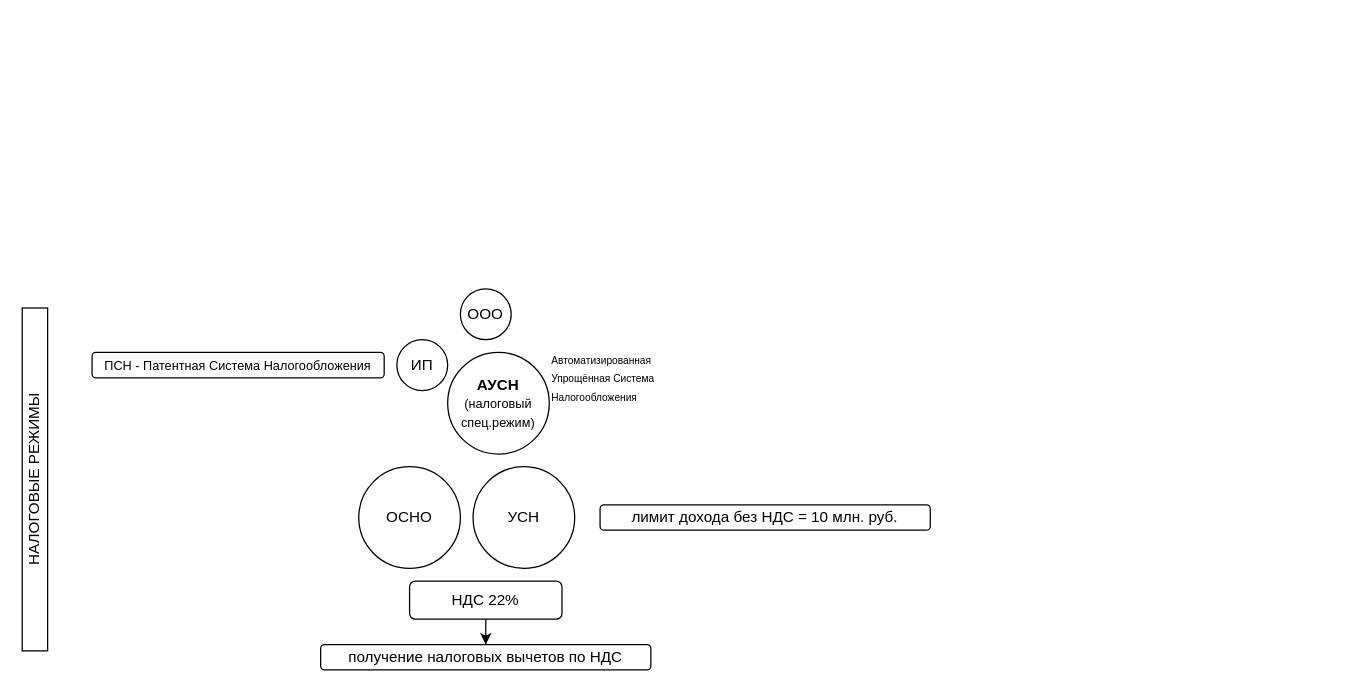
Above: АУСН.drawio in youarereef/mmaps (draw.io), before the change. Source tidied: cells renumbered, new cells numbered last; positions are measured from the earlier drawing's top-left corner, leaving out a move shared by most shapes. Both pictures are drawn from the tidied source at 127%, with x=0, y=0 at pixel (-137, 288).
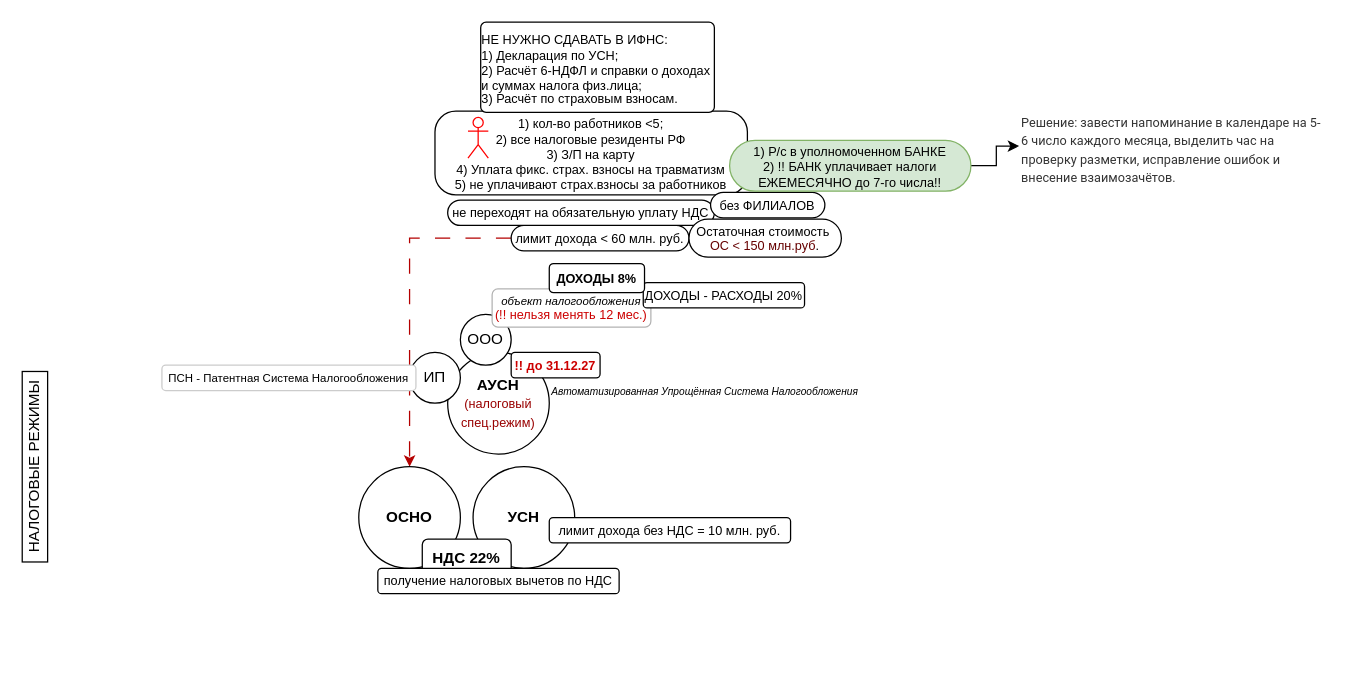
The same diagram, later.

The edit, as a diff of the source:
```diff
@@
+    <mxCell id="14" style="edgeStyle=orthogonalEdgeStyle;rounded=0;jettySize=auto;html=1;exitX=0;exitY=0.5;exitDx=0;exitDy=0;strokeColor=#B40000;dashed=1;dashPattern=12 12;" parent="1" edge="1" source="15" target="3">
+      <mxGeometry relative="1" as="geometry" />
+    </mxCell>
-    <mxCell id="2" value="&lt;b&gt;АУСН&lt;/b&gt;&lt;div&gt;&lt;font style=&quot;font-size: 10px;&quot;&gt;(налоговый спец.режим)&lt;/font&gt;&lt;/div&gt;" style="ellipse;whiteSpace=wrap;html=1;" parent="1" vertex="1">
+    <mxCell id="2" value="&lt;b&gt;АУСН&lt;/b&gt;&lt;div&gt;&lt;font style=&quot;font-size: 10px; color: rgb(153, 0, 0); line-height: 60%;&quot;&gt;(налоговый спец.режим)&lt;/font&gt;&lt;/div&gt;" style="ellipse;whiteSpace=wrap;html=1;" parent="1" vertex="1">
       <mxGeometry x="460" y="50" width="80" height="80" as="geometry" />
     </mxCell>
-    <mxCell id="3" value="ОСНО" style="ellipse;whiteSpace=wrap;html=1;" parent="1" vertex="1">
+    <mxCell id="3" value="&lt;b&gt;ОСНО&lt;/b&gt;" style="ellipse;whiteSpace=wrap;html=1;" parent="1" vertex="1">
       <mxGeometry x="390" y="140" width="80" height="80" as="geometry" />
     </mxCell>
-    <mxCell id="4" value="УСН" style="ellipse;whiteSpace=wrap;html=1;" parent="1" vertex="1">
+    <mxCell id="4" value="&lt;b&gt;УСН&lt;/b&gt;" style="ellipse;whiteSpace=wrap;html=1;" parent="1" vertex="1">
       <mxGeometry x="480" y="140" width="80" height="80" as="geometry" />
     </mxCell>
     <mxCell id="5" value="НАЛОГОВЫЕ РЕЖИМЫ" style="rounded=0;whiteSpace=wrap;html=1;rotation=-90;" parent="1" vertex="1">
-      <mxGeometry y="140" width="270" height="20" as="geometry" />
+      <mxGeometry x="60" y="130" width="150" height="20" as="geometry" />
     </mxCell>
     <mxCell id="6" value="ИП" style="ellipse;whiteSpace=wrap;html=1;" parent="1" vertex="1">
-      <mxGeometry x="420" y="40" width="40" height="40" as="geometry" />
+      <mxGeometry x="430" y="50" width="40" height="40" as="geometry" />
     </mxCell>
     <mxCell id="7" value="ООО" style="ellipse;whiteSpace=wrap;html=1;" parent="1" vertex="1">
-      <mxGeometry x="470" width="40" height="40" as="geometry" />
+      <mxGeometry x="470" y="20" width="40" height="40" as="geometry" />
     </mxCell>
-    <mxCell id="8" value="&lt;font style=&quot;font-size: 8px;&quot;&gt;Автоматизированная Упрощённая Система Налогообложения&lt;/font&gt;" style="text;html=1;whiteSpace=wrap;strokeColor=none;fillColor=none;align=left;verticalAlign=middle;rounded=0;" parent="1" vertex="1">
-      <mxGeometry x="540" y="50" width="90" height="40" as="geometry" />
+    <mxCell id="8" value="&lt;font style=&quot;font-size: 8px; line-height: 0%;&quot;&gt;&lt;i&gt;Автоматизированная Упрощённая Система Налогообложения&lt;/i&gt;&lt;/font&gt;" style="text;html=1;whiteSpace=wrap;strokeColor=none;fillColor=none;align=left;verticalAlign=middle;rounded=0;" parent="1" vertex="1">
+      <mxGeometry x="540" y="70" width="250" height="20" as="geometry" />
     </mxCell>
-    <mxCell id="9" style="edgeStyle=orthogonalEdgeStyle;rounded=0;jettySize=auto;html=1;" parent="1" edge="1" source="10" target="11">
-      <mxGeometry relative="1" as="geometry" />
-    </mxCell>
-    <mxCell id="10" value="НДС 22%" style="rounded=1;whiteSpace=wrap;html=1;" parent="1" vertex="1">
-      <mxGeometry x="430" y="230" width="120" height="30" as="geometry" />
+    <mxCell id="10" value="&lt;b&gt;НДС 22%&lt;/b&gt;" style="rounded=1;whiteSpace=wrap;html=1;" parent="1" vertex="1">
+      <mxGeometry x="440" y="197" width="70" height="30" as="geometry" />
     </mxCell>
-    <mxCell id="11" value="получение налоговых вычетов по НДС" style="rounded=1;whiteSpace=wrap;html=1;" parent="1" vertex="1">
-      <mxGeometry x="360" y="280" width="260" height="20" as="geometry" />
+    <mxCell id="11" value="&lt;font style=&quot;font-size: 10px;&quot;&gt;получение налоговых вычетов по НДС&lt;/font&gt;" style="rounded=1;whiteSpace=wrap;html=1;" parent="1" vertex="1">
+      <mxGeometry x="405" y="220" width="190" height="20" as="geometry" />
     </mxCell>
-    <mxCell id="12" value="лимит дохода без НДС = 10 млн. руб." style="rounded=1;whiteSpace=wrap;html=1;" parent="1" vertex="1">
-      <mxGeometry x="580" y="170" width="260" height="20" as="geometry" />
+    <mxCell id="12" value="&lt;font style=&quot;font-size: 10px;&quot;&gt;лимит дохода без НДС = 10 млн. руб.&lt;/font&gt;" style="rounded=1;whiteSpace=wrap;html=1;" parent="1" vertex="1">
+      <mxGeometry x="540" y="180" width="190" height="20" as="geometry" />
     </mxCell>
-    <mxCell id="13" value="&lt;font style=&quot;font-size: 10px;&quot;&gt;ПСН - Патентная Система Налогообложения&lt;/font&gt;" style="rounded=1;whiteSpace=wrap;html=1;" parent="1" vertex="1">
-      <mxGeometry x="180" y="50" width="230" height="20" as="geometry" />
+    <mxCell id="13" value="&lt;font style=&quot;font-size: 9px;&quot;&gt;ПСН - Патентная Система Налогообложения&lt;/font&gt;" style="rounded=1;whiteSpace=wrap;html=1;strokeColor=#CCCCCC;" parent="1" vertex="1">
+      <mxGeometry x="235" y="60" width="200" height="20" as="geometry" />
     </mxCell>
+    <mxCell id="15" value="&lt;font style=&quot;font-size: 10px;&quot;&gt;лимит дохода &amp;lt; 60 млн. руб.&lt;/font&gt;" style="rounded=1;whiteSpace=wrap;html=1;arcSize=50;" parent="1" vertex="1">
+      <mxGeometry x="510" y="-50" width="140" height="20" as="geometry" />
+    </mxCell>
+    <mxCell id="16" value="&lt;font style=&quot;font-size: 10px;&quot;&gt;не переходят на обязательную уплату НДС&lt;/font&gt;" style="rounded=1;whiteSpace=wrap;html=1;arcSize=50;" parent="1" vertex="1">
+      <mxGeometry x="460" y="-70" width="210" height="20" as="geometry" />
+    </mxCell>
+    <mxCell id="17" value="&lt;div style=&quot;line-height: 100%;&quot;&gt;&lt;font style=&quot;font-size: 10px; line-height: 100%;&quot;&gt;1) кол-во работников &amp;lt;5;&lt;/font&gt;&lt;div&gt;&lt;font style=&quot;font-size: 10px; line-height: 100%;&quot;&gt;2) все налоговые резиденты РФ&lt;/font&gt;&lt;/div&gt;&lt;div&gt;&lt;span style=&quot;font-size: 10px; line-height: 100%;&quot;&gt;3) З/П на карту&lt;/span&gt;&lt;/div&gt;&lt;div&gt;&lt;span style=&quot;font-size: 10px; line-height: 100%;&quot;&gt;4) Уплата фикс. страх. взносы на травматизм&lt;/span&gt;&lt;/div&gt;&lt;div&gt;&lt;span style=&quot;font-size: 10px; line-height: 100%;&quot;&gt;5) не уплачивают страх.взносы за работников&lt;/span&gt;&lt;/div&gt;&lt;/div&gt;" style="rounded=1;whiteSpace=wrap;html=1;arcSize=25;align=center;" parent="1" vertex="1">
+      <mxGeometry x="450" y="-140" width="246" height="66" as="geometry" />
+    </mxCell>
+    <mxCell id="18" value="&lt;div style=&quot;line-height: 90%;&quot;&gt;&lt;font style=&quot;font-size: 10px; line-height: 90%;&quot;&gt;Остаточная стоимость&amp;nbsp;&lt;/font&gt;&lt;div&gt;&lt;font style=&quot;font-size: 10px; line-height: 90%;&quot;&gt;&lt;font style=&quot;color: rgb(102, 0, 0);&quot;&gt;ОС &amp;lt; 150 млн.руб&lt;/font&gt;.&lt;/font&gt;&lt;/div&gt;&lt;/div&gt;" style="rounded=1;whiteSpace=wrap;html=1;arcSize=50;" parent="1" vertex="1">
+      <mxGeometry x="650" y="-55" width="120" height="30" as="geometry" />
+    </mxCell>
+    <mxCell id="19" value="&lt;div style=&quot;line-height: 80%;&quot;&gt;&lt;i&gt;&lt;font style=&quot;font-size: 9px;&quot;&gt;объект налогообложения&lt;/font&gt;&lt;/i&gt;&lt;div&gt;&lt;font style=&quot;color: rgb(204, 0, 0); font-size: 10px; line-height: 80%;&quot;&gt;(!! нельзя менять 12 мес.)&lt;/font&gt;&lt;/div&gt;&lt;/div&gt;" style="rounded=1;whiteSpace=wrap;html=1;strokeColor=#B3B3B3;" parent="1" vertex="1">
+      <mxGeometry x="495" width="125" height="30" as="geometry" />
+    </mxCell>
+    <mxCell id="20" value="&lt;font style=&quot;font-size: 10px;&quot;&gt;ДОХОДЫ - РАСХОДЫ 20%&lt;/font&gt;" style="rounded=1;whiteSpace=wrap;html=1;" parent="1" vertex="1">
+      <mxGeometry x="614" y="-5" width="127" height="20" as="geometry" />
+    </mxCell>
+    <mxCell id="21" value="&lt;b&gt;&lt;font style=&quot;font-size: 10px;&quot;&gt;ДОХОДЫ 8%&lt;/font&gt;&lt;/b&gt;" style="rounded=1;whiteSpace=wrap;html=1;" parent="1" vertex="1">
+      <mxGeometry x="540" y="-20" width="75" height="23" as="geometry" />
+    </mxCell>
+    <mxCell id="22" value="&lt;span style=&quot;font-size: 10px;&quot;&gt;без ФИЛИАЛОВ&lt;/span&gt;" style="rounded=1;whiteSpace=wrap;html=1;arcSize=50;" parent="1" vertex="1">
+      <mxGeometry x="667" y="-76" width="90" height="20" as="geometry" />
+    </mxCell>
+    <mxCell id="23" style="shape=umlActor;verticalLabelPosition=bottom;verticalAlign=top;html=1;strokeColor=#FF0000;" parent="1" vertex="1">
+      <mxGeometry x="476" y="-135" width="16" height="32" as="geometry" />
+    </mxCell>
+    <mxCell id="24" value="&lt;b&gt;&lt;font style=&quot;color: rgb(204, 0, 0); font-size: 10px;&quot;&gt;!! до 31.12.27&lt;/font&gt;&lt;/b&gt;" style="rounded=1;whiteSpace=wrap;html=1;" parent="1" vertex="1">
+      <mxGeometry x="510" y="50" width="70" height="20" as="geometry" />
+    </mxCell>
+    <mxCell id="25" style="edgeStyle=orthogonalEdgeStyle;rounded=0;jettySize=auto;html=1;exitX=1;exitY=0.5;exitDx=0;exitDy=0;" parent="1" edge="1" source="26" target="27">
+      <mxGeometry relative="1" as="geometry" />
+    </mxCell>
+    <mxCell id="26" value="&lt;div style=&quot;line-height: 100%;&quot;&gt;&lt;font style=&quot;font-size: 10px; line-height: 100%;&quot;&gt;1) Р/с в уполномоченном БАНКЕ&lt;/font&gt;&lt;div&gt;&lt;font style=&quot;font-size: 10px; line-height: 100%;&quot;&gt;2) !! БАНК уплачивает налоги ЕЖЕМЕСЯЧНО до 7-го числа!!&lt;/font&gt;&lt;/div&gt;&lt;/div&gt;" style="rounded=1;whiteSpace=wrap;html=1;arcSize=50;fillColor=#d5e8d4;strokeColor=#82b366;" parent="1" vertex="1">
+      <mxGeometry x="682" y="-117" width="190" height="40" as="geometry" />
+    </mxCell>
+    <mxCell id="27" value="&lt;span style=&quot;color: rgb(51, 51, 51); font-family: Roboto; font-style: normal; font-variant-ligatures: normal; font-variant-caps: normal; font-weight: 400; letter-spacing: normal; orphans: 2; text-align: start; text-indent: 0px; text-transform: none; widows: 2; word-spacing: 0px; -webkit-text-stroke-width: 0px; white-space: normal; text-decoration-thickness: initial; text-decoration-style: initial; text-decoration-color: initial; float: none; display: inline !important;&quot;&gt;&lt;font style=&quot;font-size: 10px; line-height: 40%;&quot;&gt;Решение: завести напоминание в календаре на 5-6 число каждого месяца, выделить час на проверку разметки, исправление ошибок и внесение взаимозачётов.&lt;/font&gt;&lt;/span&gt;" style="text;whiteSpace=wrap;html=1;" parent="1" vertex="1">
+      <mxGeometry x="910" y="-145" width="240" height="65" as="geometry" />
+    </mxCell>
+    <mxCell id="28" value="&lt;div style=&quot;line-height: 100%;&quot;&gt;&lt;div style=&quot;text-align: left;&quot;&gt;&lt;font style=&quot;font-size: 10px; line-height: 100%;&quot;&gt;НЕ НУЖНО СДАВАТЬ В ИФНС:&lt;/font&gt;&lt;/div&gt;&lt;div style=&quot;text-align: left;&quot;&gt;&lt;font style=&quot;font-size: 10px; line-height: 100%;&quot;&gt;1) Декларация по УСН;&lt;/font&gt;&lt;/div&gt;&lt;div&gt;&lt;div style=&quot;text-align: left;&quot;&gt;&lt;span style=&quot;font-size: 10px; background-color: transparent; color: light-dark(rgb(0, 0, 0), rgb(255, 255, 255)); line-height: 100%;&quot;&gt;2) Расчёт 6-НДФЛ и справки о доходах и суммах налога физ.лица;&lt;/span&gt;&lt;/div&gt;&lt;font style=&quot;font-size: 10px; line-height: 100%;&quot;&gt;&lt;div style=&quot;text-align: left;&quot;&gt;&lt;span style=&quot;background-color: transparent; color: light-dark(rgb(0, 0, 0), rgb(255, 255, 255));&quot;&gt;3) Расчёт по страховым взносам.&lt;/span&gt;&lt;/div&gt;&lt;/font&gt;&lt;/div&gt;&lt;/div&gt;" style="rounded=1;whiteSpace=wrap;html=1;arcSize=6;" parent="1" vertex="1">
+      <mxGeometry x="486" y="-210" width="184" height="71" as="geometry" />
+    </mxCell>
```
